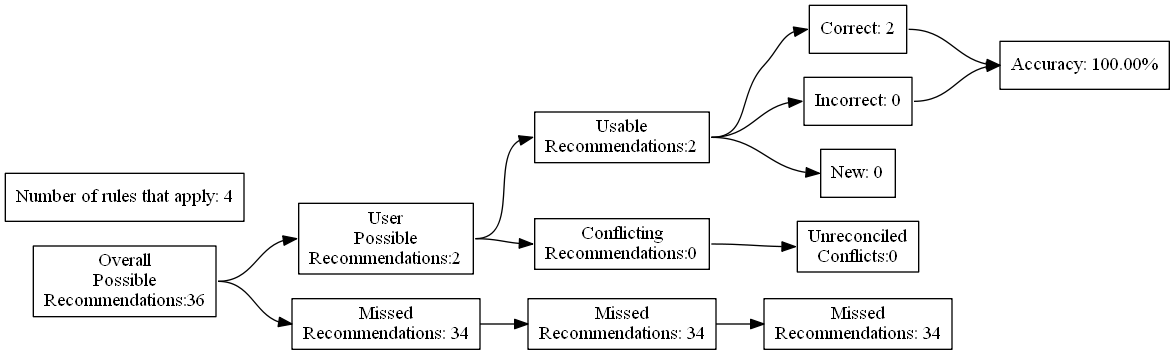
Earlier version of the Graphviz export test_renders/90.gv.png (ZaxR/ibd_diet_analysis). Its source is kept beside it as test_renders/90.gv.
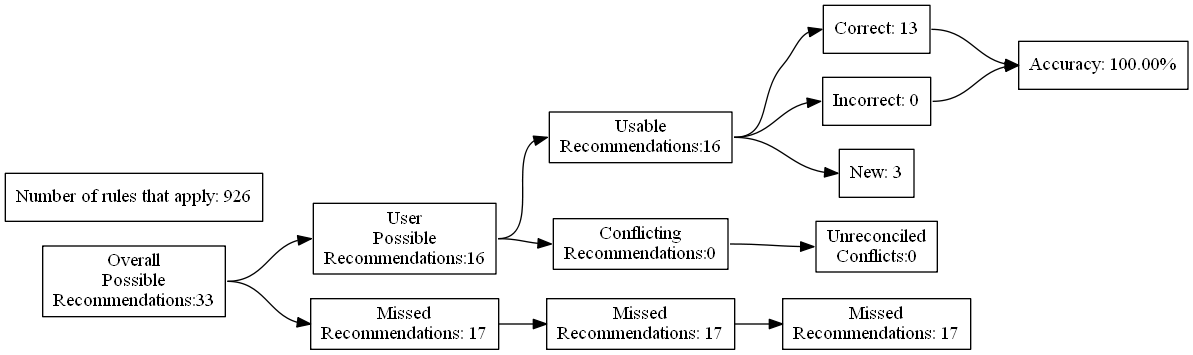
Later version of the same file.

Diff of the diagram source:
```diff
@@ -4,27 +4,27 @@
 	edge [headport=w tailport=e]
 		A [label="Overall
 Possible
-Recommendations:36"]
+Recommendations:33"]
 		B [label="User
 Possible
-Recommendations:2"]
+Recommendations:16"]
 		C [label="Missed
-Recommendations: 34"]
+Recommendations: 17"]
 		D [label="Usable
-Recommendations:2"]
+Recommendations:16"]
 		E [label="Conflicting
 Recommendations:0"]
 		J [label="Missed
-Recommendations: 34"]
+Recommendations: 17"]
 		M [label="Unreconciled
 Conflicts:0"]
-		F [label="Correct: 2"]
+		F [label="Correct: 13"]
 		G [label="Incorrect: 0"]
-		H [label="New: 0"]
+		H [label="New: 3"]
 		K [label="Missed
-Recommendations: 34"]
+Recommendations: 17"]
 		I [label="Accuracy: 100.00%"]
-		l [label="Number of rules that apply: 4"]
+		l [label="Number of rules that apply: 926"]
 			A -> B
 			A -> C
 			B -> D
```
